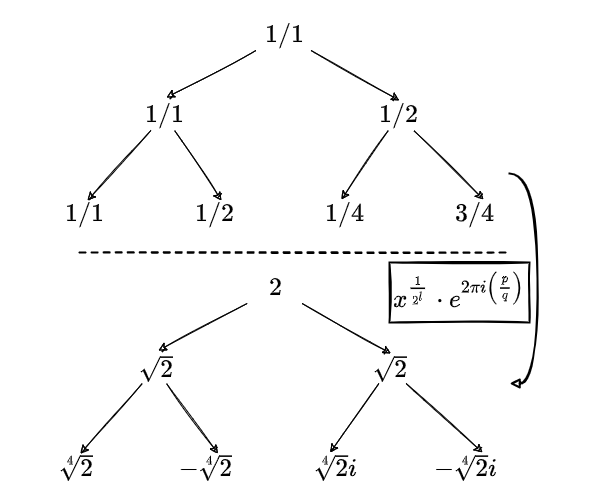
Before: ISSAC_2022/rational_root_tree.png, a diagram exported from draw.io (PedroJuanSoto/Root-Squaring-For-Root-Finding). Source tidied: cells renumbered, new cells last; positions are measured from the earlier drawing's top-left corner, leaving out a move shared by most shapes.
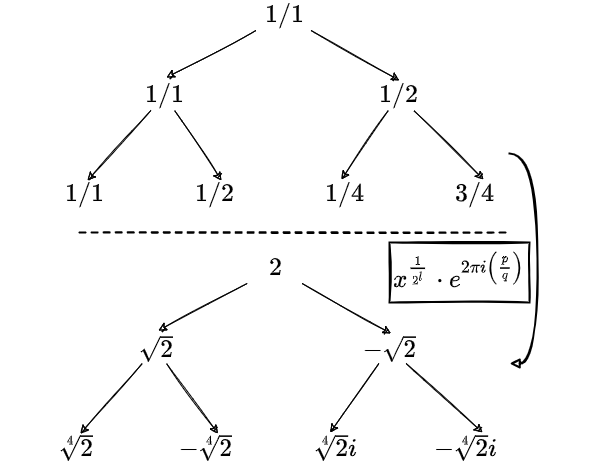
After the commit.

Commit message:
Added in diagram for DLG and correct psuedocode for the algorithms

What changed in the source:
```diff
@@ -71,8 +71,8 @@
     <mxCell id="24" style="edgeStyle=none;rounded=0;jettySize=auto;html=1;entryX=0.6;entryY=0;entryDx=0;entryDy=0;entryPerimeter=0;strokeWidth=1;sketch=1;fontSize=21;" parent="1" edge="1" source="25" target="29">
       <mxGeometry relative="1" as="geometry" />
     </mxCell>
-    <mxCell id="25" value="$$\sqrt{2}$$" style="text;html=1;align=center;verticalAlign=middle;points=[];fontSize=21;sketch=1;" parent="1" vertex="1">
-      <mxGeometry x="324" y="333" width="130" height="30" as="geometry" />
+    <mxCell id="25" value="$$-\sqrt{2}$$" style="text;html=1;align=center;verticalAlign=middle;points=[];fontSize=21;sketch=1;" parent="1" vertex="1">
+      <mxGeometry x="319" y="333" width="140" height="30" as="geometry" />
     </mxCell>
     <mxCell id="26" value="$$\sqrt[4]{2}$$" style="text;html=1;align=center;verticalAlign=middle;points=[];fontSize=21;sketch=1;" parent="1" vertex="1">
       <mxGeometry y="432" width="150" height="30" as="geometry" />
```
